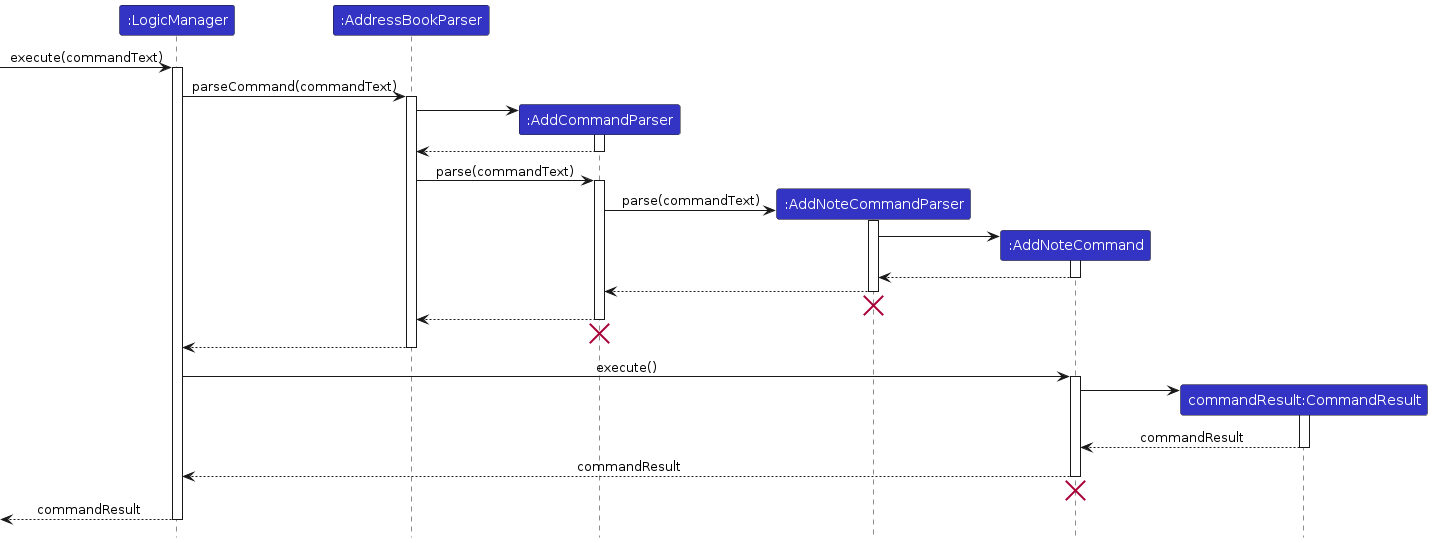
This is diagrams/note/NoteSequenceDiagram.png from AY2324S1-CS2103T-W16-1/tp, a PlantUML export, as it was before one commit. Its source is kept beside it as diagrams/note/NoteSequenceDiagram.puml.
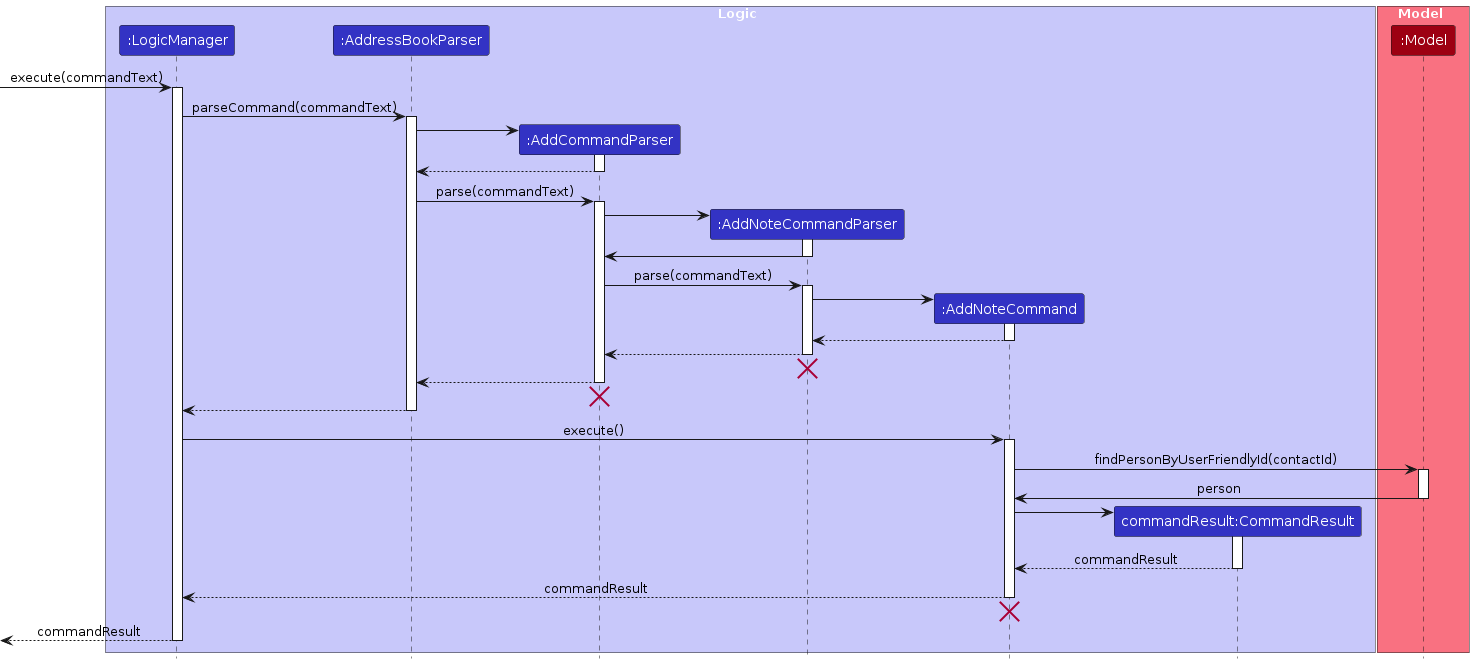
Above is the later version.

Diff of the diagram source:
```diff
@@ -2,12 +2,18 @@
 !include ../style.puml
 skinparam ArrowFontStyle plain
 
+box Logic LOGIC_COLOR_T1
 participant ":LogicManager" as LogicManager LOGIC_COLOR
 participant ":AddressBookParser" as AddressBookParser LOGIC_COLOR
 participant ":AddCommandParser" as AddCommandParser LOGIC_COLOR
 participant ":AddNoteCommandParser" as AddNoteCommandParser LOGIC_COLOR
 participant ":AddNoteCommand" as AddNoteCommand LOGIC_COLOR
 participant "commandResult:CommandResult" as CommandResult LOGIC_COLOR
+end box
+
+box Model MODEL_COLOR_T1
+participant ":Model" as Model MODEL_COLOR
+end box
 
 [-> LogicManager : execute(commandText)
 activate LogicManager
@@ -26,6 +32,12 @@
 activate AddCommandParser
 
 create AddNoteCommandParser
+AddCommandParser -> AddNoteCommandParser
+activate AddNoteCommandParser
+
+AddNoteCommandParser -> AddCommandParser
+deactivate AddNoteCommandParser
+
 AddCommandParser -> AddNoteCommandParser : parse(commandText)
 activate AddNoteCommandParser
 
@@ -49,9 +61,14 @@
 AddressBookParser --> LogicManager
 deactivate AddressBookParser
 
-
 LogicManager -> AddNoteCommand : execute()
 activate AddNoteCommand
+
+AddNoteCommand -> Model: findPersonByUserFriendlyId(contactId)
+activate Model
+
+Model -> AddNoteCommand: person
+deactivate Model
 
 create CommandResult
 AddNoteCommand -> CommandResult
```
